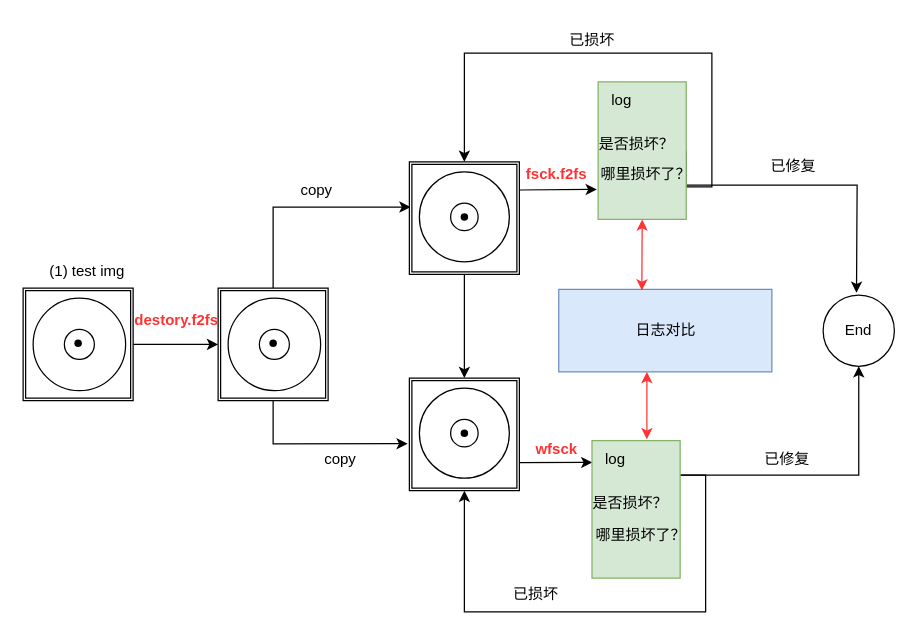
Earlier version of the draw.io diagram destory.f2fs.drawio (ksd11/charts). Source tidied: cells renumbered, new cells numbered last; positions are measured from the earlier drawing's top-left corner, leaving out a move shared by most shapes. Both pictures are drawn from the tidied source at 125%, with x=0, y=0 at pixel (22, 21).
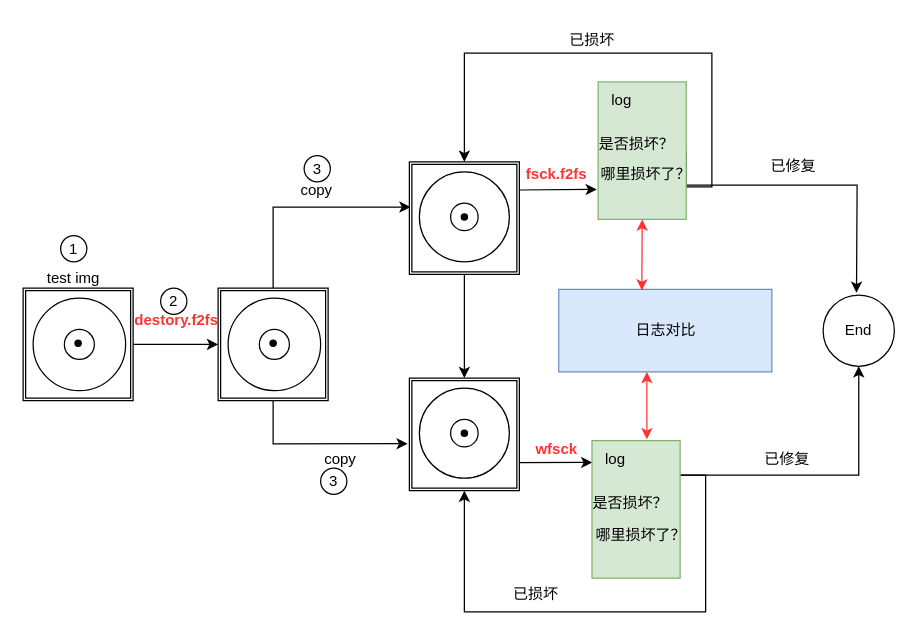
The same page after the edit.

Change to the diagram source:
```diff
@@
-    <mxCell id="29" value="(1) test img" style="text;html=1;strokeColor=none;fillColor=none;align=center;verticalAlign=middle;whiteSpace=wrap;rounded=0;" parent="1" vertex="1">
-      <mxGeometry x="10" y="186" width="83" height="28" as="geometry" />
+    <mxCell id="29" value="test img" style="text;html=1;strokeColor=none;fillColor=none;align=center;verticalAlign=middle;whiteSpace=wrap;rounded=0;" parent="1" vertex="1">
+      <mxGeometry x="-1" y="190.5" width="83" height="28" as="geometry" />
     </mxCell>
@@
+    <mxCell id="46" value="1" style="ellipse;whiteSpace=wrap;html=1;" parent="1" vertex="1">
+      <mxGeometry x="30" y="171" width="21" height="21" as="geometry" />
+    </mxCell>
+    <mxCell id="47" value="2" style="ellipse;whiteSpace=wrap;html=1;" parent="1" vertex="1">
+      <mxGeometry x="110" y="213" width="21" height="21" as="geometry" />
+    </mxCell>
+    <mxCell id="48" value="3" style="ellipse;whiteSpace=wrap;html=1;" parent="1" vertex="1">
+      <mxGeometry x="224.8" y="107" width="21" height="21" as="geometry" />
+    </mxCell>
+    <mxCell id="49" value="3" style="ellipse;whiteSpace=wrap;html=1;" parent="1" vertex="1">
+      <mxGeometry x="238" y="357" width="21" height="21" as="geometry" />
+    </mxCell>
```
